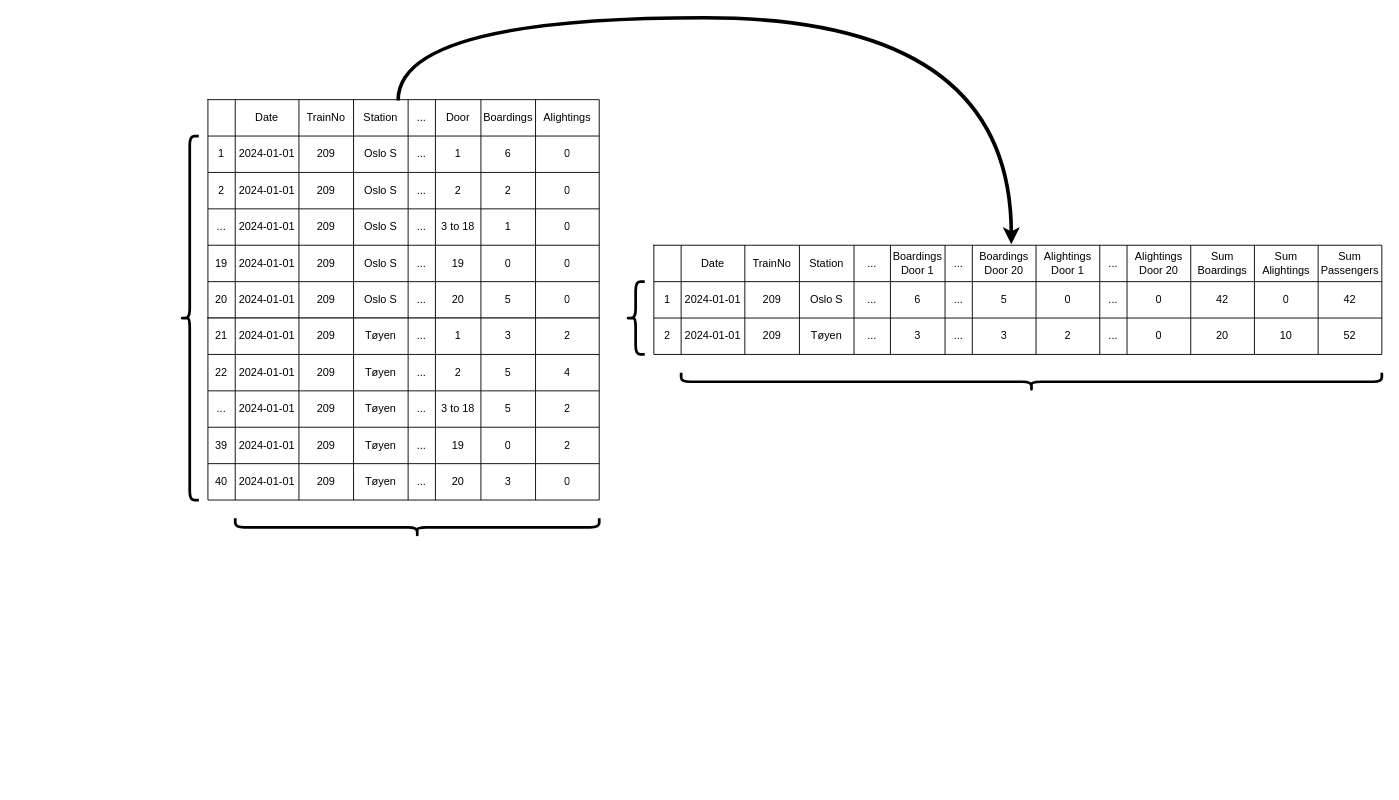
Above: page "Transformation" (3 of 3) of Untitled Diagram.drawio in andreasolborg/illustrations (draw.io), before the change. Source tidied: cells renumbered, new cells numbered last; positions are measured from the earlier drawing's top-left corner, leaving out a move shared by most shapes. Both pictures are drawn from the tidied source at 91%, with x=0, y=0 at pixel (180, 17).
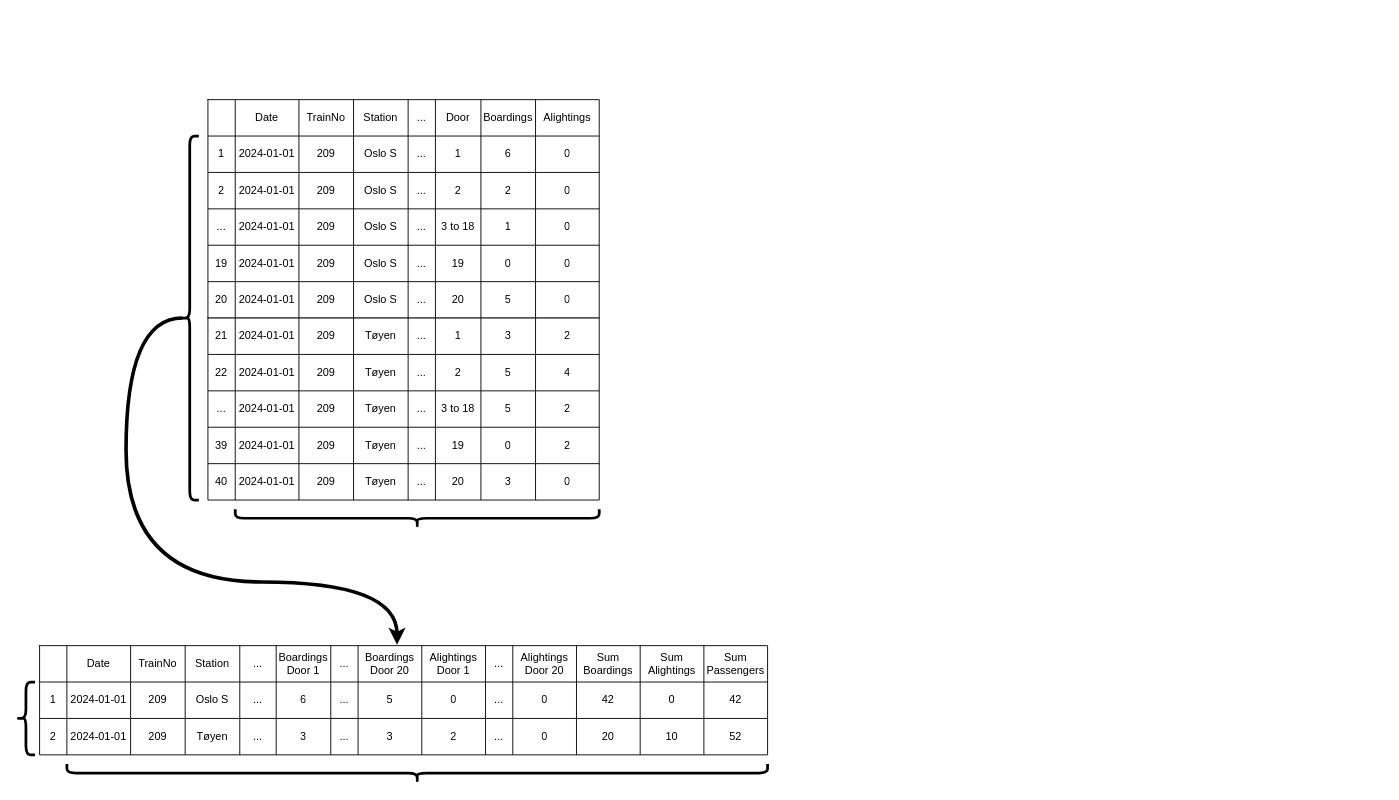
Above is the later version.

Commit message:
pivot illustration

Unchanged cells that the change refers to:
```xml
<mxCell id="3" style="shape=tableRow;horizontal=0;startSize=0;swimlaneHead=0;swimlaneBody=0;strokeColor=inherit;top=0;left=0;bottom=0;right=0;fillColor=none;points=[[0,0.5],[1,0.5]];portConstraint=eastwest;" parent="2" vertex="1">
  <mxGeometry width="800" height="40" as="geometry" />
</mxCell>
<mxCell id="48" style="group;textShadow=0;strokeColor=none;glass=0;" parent="1" vertex="1">
  <mxGeometry x="30" y="90" width="430" height="570" as="geometry" />
</mxCell>
<mxCell id="50" style="shape=tableRow;horizontal=0;startSize=0;swimlaneHead=0;swimlaneBody=0;strokeColor=inherit;top=0;left=0;bottom=0;right=0;fillColor=none;points=[[0,0.5],[1,0.5]];portConstraint=eastwest;" parent="49" vertex="1">
  <mxGeometry width="430" height="40" as="geometry" />
</mxCell>
<mxCell id="152" style="shape=curlyBracket;whiteSpace=wrap;html=1;rounded=1;labelPosition=left;verticalLabelPosition=middle;align=right;verticalAlign=middle;strokeWidth=3;perimeterSpacing=0;" parent="1" vertex="1">
  <mxGeometry y="130" width="20" height="400" as="geometry" />
</mxCell>
```

Diff of the diagram source:
```diff
@@
     <mxCell id="2" style="shape=table;startSize=0;childLayout=tableLayout;" parent="1" vertex="1">
-      <mxGeometry x="520" y="250" width="800" height="120" as="geometry" />
+      <mxGeometry x="-155" y="690" width="800" height="120" as="geometry" />
     </mxCell>
@@
     <mxCell id="150" style="shape=curlyBracket;whiteSpace=wrap;html=1;rounded=1;labelPosition=left;verticalLabelPosition=middle;align=right;verticalAlign=middle;strokeWidth=3;direction=north;perimeterSpacing=0;" parent="48" vertex="1">
-      <mxGeometry x="30" y="460" width="400" height="20" as="geometry" />
+      <mxGeometry x="30" y="450" width="400" height="20" as="geometry" />
     </mxCell>
-    <mxCell id="151" style="edgeStyle=orthogonalEdgeStyle;rounded=0;jettySize=auto;html=1;entryX=0.491;entryY=-0.027;entryDx=0;entryDy=0;entryPerimeter=0;exitX=0.486;exitY=0.021;exitDx=0;exitDy=0;exitPerimeter=0;curved=1;strokeWidth=4;" parent="1" edge="1" source="50" target="3">
+    <mxCell id="151" style="edgeStyle=orthogonalEdgeStyle;rounded=0;jettySize=auto;html=1;entryX=0.491;entryY=-0.027;entryDx=0;entryDy=0;entryPerimeter=0;exitX=0.1;exitY=0.5;exitDx=0;exitDy=0;curved=1;strokeWidth=4;exitPerimeter=0;" parent="1" edge="1" source="152" target="3">
       <mxGeometry relative="1" as="geometry">
         <Array as="points">
-          <mxPoint x="239" />
-          <mxPoint x="913" />
+          <mxPoint x="-60" y="330" />
+          <mxPoint x="-60" y="620" />
+          <mxPoint x="238" y="620" />
         </Array>
       </mxGeometry>
     </mxCell>
@@
     <mxCell id="153" style="shape=curlyBracket;whiteSpace=wrap;html=1;rounded=1;labelPosition=left;verticalLabelPosition=middle;align=right;verticalAlign=middle;strokeWidth=3;perimeterSpacing=0;" parent="1" vertex="1">
-      <mxGeometry x="490" y="290" width="20" height="80" as="geometry" />
+      <mxGeometry x="-180" y="730" width="20" height="80" as="geometry" />
     </mxCell>
     <mxCell id="154" style="shape=curlyBracket;whiteSpace=wrap;html=1;rounded=1;labelPosition=left;verticalLabelPosition=middle;align=right;verticalAlign=middle;strokeWidth=3;direction=north;perimeterSpacing=0;" parent="1" vertex="1">
-      <mxGeometry x="550" y="390" width="770" height="20" as="geometry" />
+      <mxGeometry x="-125" y="820" width="770" height="20" as="geometry" />
     </mxCell>
```
